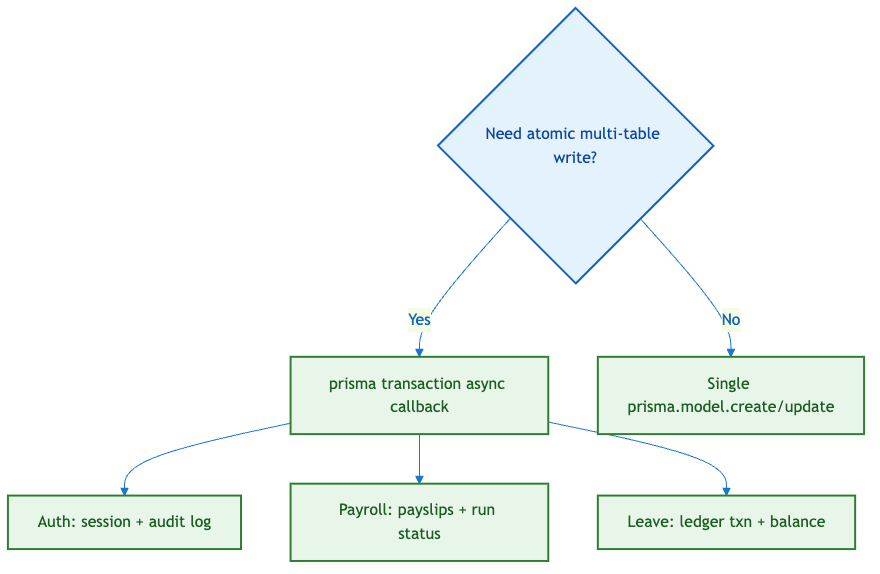
saeedafri/Employee-management-system keeps this Mermaid diagram as docs/.pdf-assets/diagram-36.png. Above is the earlier version. Its source is kept beside it as docs/.pdf-assets/diagram-36.mmd. The source it was exported from:
```mermaid
flowchart TD
%%{init: {'theme': 'base', 'themeVariables': { 'primaryColor': '#e3f2fd', 'primaryTextColor': '#1565c0', 'lineColor': '#1976d2'}}}%%
USE{Need atomic multi-table write?}
    USE -->|Yes| TX["prisma transaction async callback"]
    USE -->|No| SINGLE["Single prisma.model.create/update"]
    TX --> EX1["Auth: session + audit log"]
    TX --> EX2["Payroll: payslips + run status"]
    TX --> EX3["Leave: ledger txn + balance"]

classDef client fill:#e3f2fd,stroke:#1565c0,color:#0d47a1
    classDef api fill:#e8f5e9,stroke:#2e7d32,color:#1b5e20
    classDef db fill:#fff3e0,stroke:#ef6c00,color:#e65100
    classDef external fill:#f3e5f5,stroke:#7b1fa2,color:#4a148c
    classDef warn fill:#ffebee,stroke:#c62828,color:#b71c1c
    class USE client
    class EX1,EX2,EX3,SINGLE,TX api
```
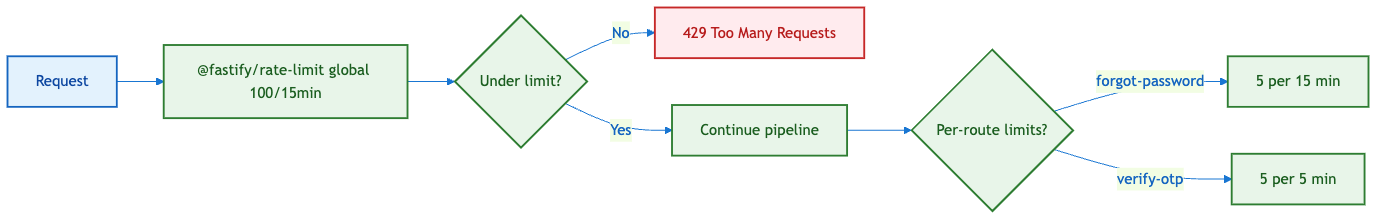
Later version of the same file.

What changed in the source:
```diff
@@ -1,16 +1,18 @@
-flowchart TD
+flowchart LR
 %%{init: {'theme': 'base', 'themeVariables': { 'primaryColor': '#e3f2fd', 'primaryTextColor': '#1565c0', 'lineColor': '#1976d2'}}}%%
-USE{Need atomic multi-table write?}
-    USE -->|Yes| TX["prisma transaction async callback"]
-    USE -->|No| SINGLE["Single prisma.model.create/update"]
-    TX --> EX1["Auth: session + audit log"]
-    TX --> EX2["Payroll: payslips + run status"]
-    TX --> EX3["Leave: ledger txn + balance"]
+REQ[Request] --> RL["@fastify/rate-limit global 100/15min"]
+    RL --> OK{Under limit?}
+    OK -->|Yes| NEXT[Continue pipeline]
+    OK -->|No| 429[429 Too Many Requests]
+    NEXT --> ROUTE{Per-route limits?}
+    ROUTE -->|forgot-password| R5["5 per 15 min"]
+    ROUTE -->|verify-otp| R5b["5 per 5 min"]
 
 classDef client fill:#e3f2fd,stroke:#1565c0,color:#0d47a1
     classDef api fill:#e8f5e9,stroke:#2e7d32,color:#1b5e20
     classDef db fill:#fff3e0,stroke:#ef6c00,color:#e65100
     classDef external fill:#f3e5f5,stroke:#7b1fa2,color:#4a148c
     classDef warn fill:#ffebee,stroke:#c62828,color:#b71c1c
-    class USE client
-    class EX1,EX2,EX3,SINGLE,TX api
+    class REQ client
+    class NEXT,OK,R5,R5b,RL,ROUTE api
+    class 429 warn
```
